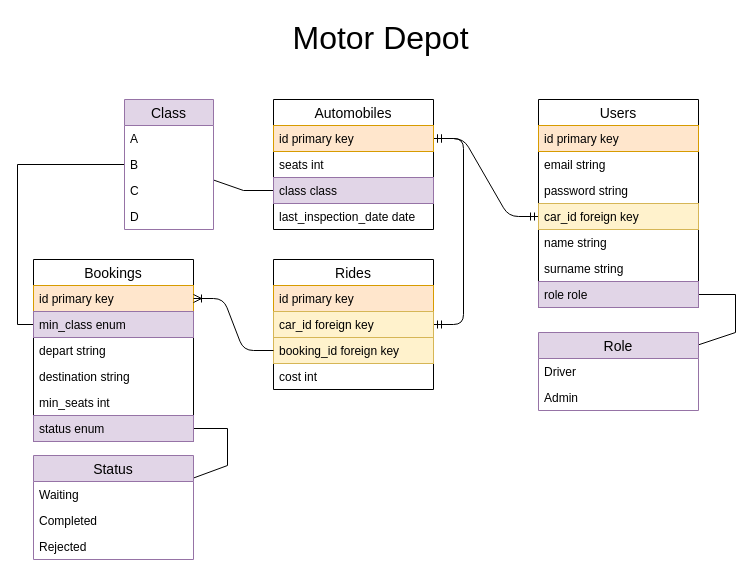
Earlier version of the draw.io diagram Sem 6/Lab 2/src/main/resources/database.drawio (knu-3-tochanenko/OOP). Source tidied: cells renumbered, new cells numbered last; positions are measured from the earlier drawing's top-left corner, leaving out a move shared by most shapes. Both pictures are drawn from the tidied source at 100%, with x=0, y=0 at pixel (17, 17).
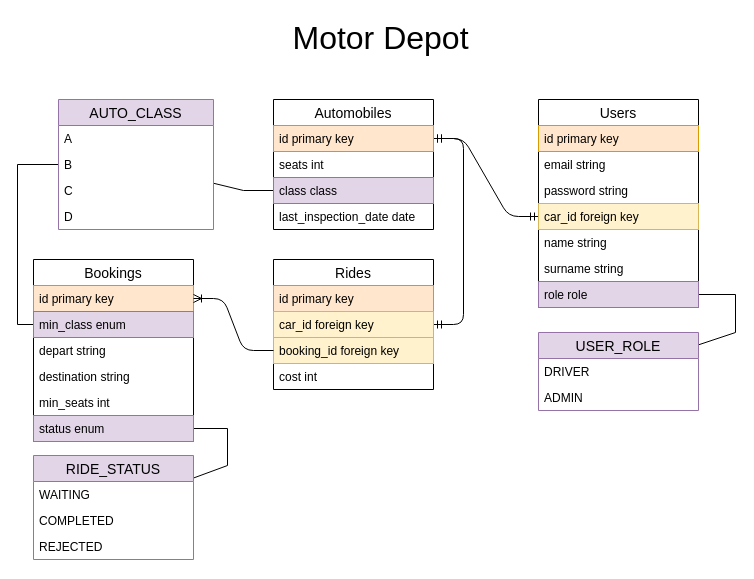
The same diagram, later.

What changed in the source:
```diff
@@
-    <mxCell id="34" value="Class" style="swimlane;fontStyle=0;horizontal=1;startSize=26;align=center;fontSize=14;fillColor=#e1d5e7;strokeColor=#9673a6;" parent="1" vertex="1">
-      <mxGeometry x="107" y="82" width="89" height="130" as="geometry" />
+    <mxCell id="34" value="AUTO_CLASS" style="swimlane;fontStyle=0;horizontal=1;startSize=26;align=center;fontSize=14;fillColor=#e1d5e7;strokeColor=#9673a6;" parent="1" vertex="1">
+      <mxGeometry x="41" y="82" width="155" height="130" as="geometry" />
     </mxCell>
     <mxCell id="35" value="A" style="text;strokeColor=none;fillColor=none;spacingLeft=4;spacingRight=4;overflow=hidden;fontSize=12;" parent="34" vertex="1">
-      <mxGeometry y="26" width="89" height="26" as="geometry" />
+      <mxGeometry y="26" width="155" height="26" as="geometry" />
     </mxCell>
     <mxCell id="36" value="B" style="text;strokeColor=none;fillColor=none;spacingLeft=4;spacingRight=4;overflow=hidden;fontSize=12;" parent="34" vertex="1">
-      <mxGeometry y="52" width="89" height="26" as="geometry" />
+      <mxGeometry y="52" width="155" height="26" as="geometry" />
     </mxCell>
     <mxCell id="37" value="C" style="text;strokeColor=none;fillColor=none;spacingLeft=4;spacingRight=4;overflow=hidden;fontSize=12;" parent="34" vertex="1">
-      <mxGeometry y="78" width="89" height="26" as="geometry" />
+      <mxGeometry y="78" width="155" height="26" as="geometry" />
     </mxCell>
     <mxCell id="38" value="D" style="text;strokeColor=none;fillColor=none;spacingLeft=4;spacingRight=4;overflow=hidden;fontSize=12;" parent="34" vertex="1">
-      <mxGeometry y="104" width="89" height="26" as="geometry" />
+      <mxGeometry y="104" width="155" height="26" as="geometry" />
     </mxCell>
@@
-    <mxCell id="40" value="Role" style="swimlane;fontStyle=0;horizontal=1;startSize=26;align=center;fontSize=14;fillColor=#e1d5e7;strokeColor=#9673a6;" parent="1" vertex="1">
+    <mxCell id="40" value="USER_ROLE" style="swimlane;fontStyle=0;horizontal=1;startSize=26;align=center;fontSize=14;fillColor=#e1d5e7;strokeColor=#9673a6;" parent="1" vertex="1">
       <mxGeometry x="521" y="315" width="160" height="78" as="geometry" />
     </mxCell>
-    <mxCell id="41" value="Driver" style="text;strokeColor=none;fillColor=none;spacingLeft=4;spacingRight=4;overflow=hidden;fontSize=12;" parent="40" vertex="1">
+    <mxCell id="41" value="DRIVER" style="text;strokeColor=none;fillColor=none;spacingLeft=4;spacingRight=4;overflow=hidden;fontSize=12;" parent="40" vertex="1">
       <mxGeometry y="26" width="160" height="26" as="geometry" />
     </mxCell>
-    <mxCell id="42" value="Admin" style="text;strokeColor=none;fillColor=none;spacingLeft=4;spacingRight=4;overflow=hidden;fontSize=12;" parent="40" vertex="1">
+    <mxCell id="42" value="ADMIN" style="text;strokeColor=none;fillColor=none;spacingLeft=4;spacingRight=4;overflow=hidden;fontSize=12;" parent="40" vertex="1">
       <mxGeometry y="52" width="160" height="26" as="geometry" />
     </mxCell>
-    <mxCell id="43" value="Status" style="swimlane;fontStyle=0;horizontal=1;startSize=26;align=center;fontSize=14;fillColor=#e1d5e7;strokeColor=#9673a6;" parent="1" vertex="1">
+    <mxCell id="43" value="RIDE_STATUS" style="swimlane;fontStyle=0;horizontal=1;startSize=26;align=center;fontSize=14;fillColor=#e1d5e7;strokeColor=#9673a6;" parent="1" vertex="1">
       <mxGeometry x="16" y="438" width="160" height="104" as="geometry" />
     </mxCell>
-    <mxCell id="44" value="Waiting" style="text;strokeColor=none;fillColor=none;spacingLeft=4;spacingRight=4;overflow=hidden;fontSize=12;" parent="43" vertex="1">
+    <mxCell id="44" value="WAITING" style="text;strokeColor=none;fillColor=none;spacingLeft=4;spacingRight=4;overflow=hidden;fontSize=12;" parent="43" vertex="1">
       <mxGeometry y="26" width="160" height="26" as="geometry" />
     </mxCell>
-    <mxCell id="45" value="Completed" style="text;strokeColor=none;fillColor=none;spacingLeft=4;spacingRight=4;overflow=hidden;fontSize=12;" parent="43" vertex="1">
+    <mxCell id="45" value="COMPLETED" style="text;strokeColor=none;fillColor=none;spacingLeft=4;spacingRight=4;overflow=hidden;fontSize=12;" parent="43" vertex="1">
       <mxGeometry y="52" width="160" height="26" as="geometry" />
     </mxCell>
-    <mxCell id="46" value="Rejected" style="text;strokeColor=none;fillColor=none;spacingLeft=4;spacingRight=4;overflow=hidden;fontSize=12;" parent="43" vertex="1">
+    <mxCell id="46" value="REJECTED" style="text;strokeColor=none;fillColor=none;spacingLeft=4;spacingRight=4;overflow=hidden;fontSize=12;" parent="43" vertex="1">
       <mxGeometry y="78" width="160" height="26" as="geometry" />
     </mxCell>
```
